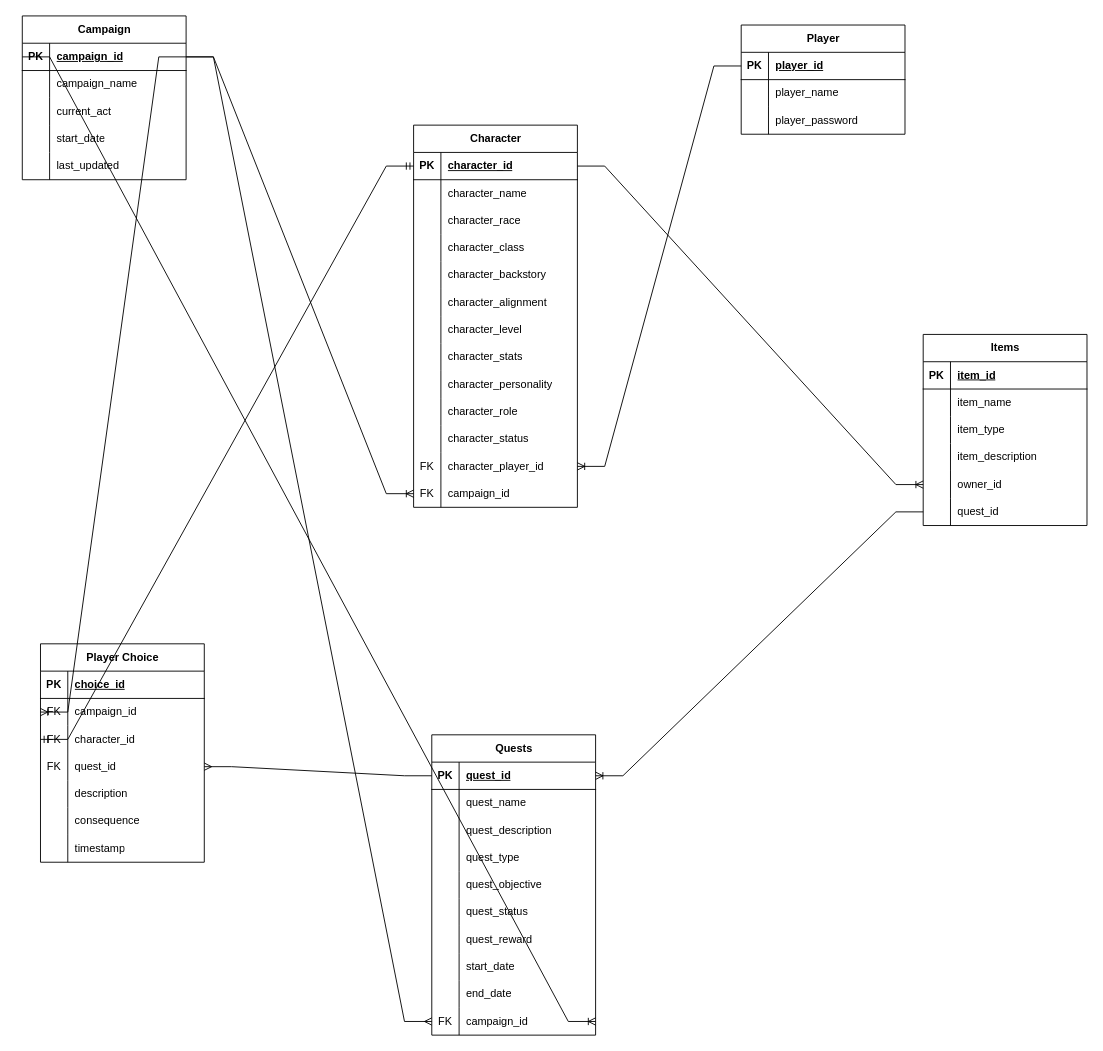
Earlier version of the draw.io diagram Diagrama sem nome.drawio (RickyBoyy/DnD). Source tidied: cells renumbered, new cells numbered last; positions are measured from the earlier drawing's top-left corner, leaving out a move shared by most shapes. Both pictures are drawn from the tidied source at 91%, with x=0, y=0 at pixel (22, 15).
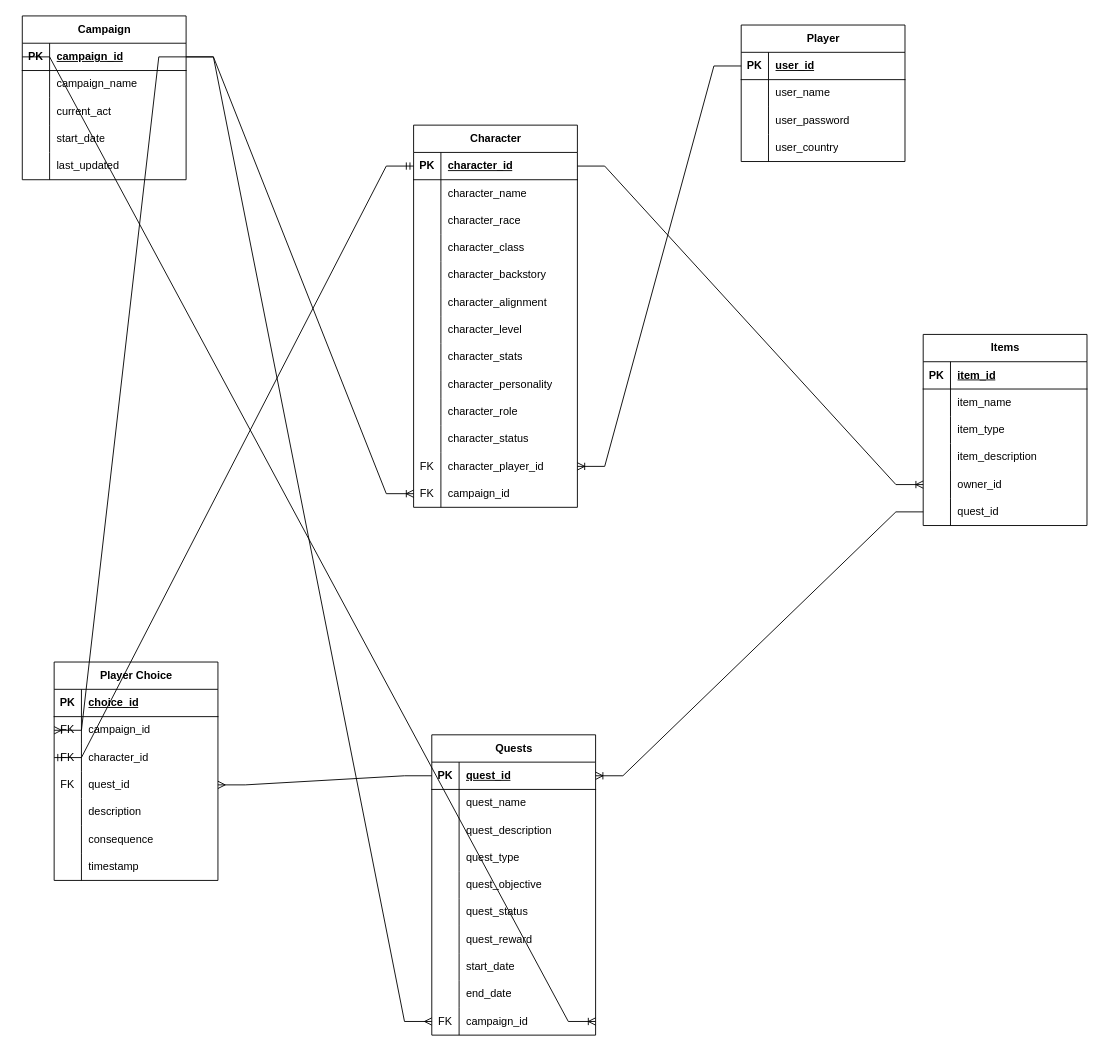
The same diagram, later.

The change refers to these unchanged cells:
```xml
<mxCell id="92" style="shape=tableRow;horizontal=0;startSize=0;swimlaneHead=0;swimlaneBody=0;fillColor=none;points=[[0,0.5],[1,0.5]];portConstraint=eastwest;top=0;left=0;right=0;bottom=1;" parent="91" vertex="1">
  <mxGeometry y="30" width="180" height="30" as="geometry" />
</mxCell>
<mxCell id="95" style="shape=tableRow;horizontal=0;startSize=0;swimlaneHead=0;swimlaneBody=0;fillColor=none;top=0;left=0;right=0;bottom=0;" parent="91" vertex="1">
  <mxGeometry y="60" width="180" height="30" as="geometry" />
</mxCell>
<mxCell id="98" style="shape=tableRow;horizontal=0;startSize=0;swimlaneHead=0;swimlaneBody=0;fillColor=none;top=0;left=0;right=0;bottom=0;" parent="91" vertex="1">
  <mxGeometry y="90" width="180" height="30" as="geometry" />
</mxCell>
```

What changed in the source:
```diff
@@
     <mxCell id="91" value="Player" style="shape=table;startSize=30;childLayout=tableLayout;rowLines=0;fontStyle=1;align=center;html=1;" parent="1" vertex="1">
-      <mxGeometry x="790" y="10" width="180" height="120" as="geometry" />
+      <mxGeometry x="790" y="10" width="180" height="150" as="geometry" />
     </mxCell>
@@
-    <mxCell id="94" value="player_id" style="shape=partialRectangle;fillColor=none;top=0;left=0;bottom=0;right=0;align=left;spacingLeft=6;fontStyle=5;overflow=hidden;whiteSpace=wrap;html=1;" parent="92" vertex="1">
+    <mxCell id="94" value="user_id" style="shape=partialRectangle;fillColor=none;top=0;left=0;bottom=0;right=0;align=left;spacingLeft=6;fontStyle=5;overflow=hidden;whiteSpace=wrap;html=1;" parent="92" vertex="1">
       <mxGeometry x="30" width="150" height="30" as="geometry" />
     </mxCell>
@@
-    <mxCell id="97" value="player_name" style="shape=partialRectangle;fillColor=none;top=0;left=0;bottom=0;right=0;align=left;spacingLeft=6;overflow=hidden;whiteSpace=wrap;html=1;" parent="95" vertex="1">
+    <mxCell id="97" value="user_name" style="shape=partialRectangle;fillColor=none;top=0;left=0;bottom=0;right=0;align=left;spacingLeft=6;overflow=hidden;whiteSpace=wrap;html=1;" parent="95" vertex="1">
       <mxGeometry x="30" width="150" height="30" as="geometry" />
     </mxCell>
@@
-    <mxCell id="100" value="player_password" style="shape=partialRectangle;fillColor=none;top=0;left=0;bottom=0;right=0;align=left;spacingLeft=6;overflow=hidden;whiteSpace=wrap;html=1;" parent="98" vertex="1">
+    <mxCell id="100" value="user_password" style="shape=partialRectangle;fillColor=none;top=0;left=0;bottom=0;right=0;align=left;spacingLeft=6;overflow=hidden;whiteSpace=wrap;html=1;" parent="98" vertex="1">
       <mxGeometry x="30" width="150" height="30" as="geometry" />
     </mxCell>
+    <mxCell id="149" style="shape=tableRow;horizontal=0;startSize=0;swimlaneHead=0;swimlaneBody=0;fillColor=none;top=0;left=0;right=0;bottom=0;" parent="91" vertex="1">
+      <mxGeometry y="120" width="180" height="30" as="geometry" />
+    </mxCell>
+    <mxCell id="150" style="shape=partialRectangle;fillColor=none;top=0;left=0;bottom=0;right=0;overflow=hidden;whiteSpace=wrap;html=1;" parent="149" vertex="1">
+      <mxGeometry width="30" height="30" as="geometry" />
+    </mxCell>
+    <mxCell id="151" value="user_country" style="shape=partialRectangle;fillColor=none;top=0;left=0;bottom=0;right=0;align=left;spacingLeft=6;overflow=hidden;whiteSpace=wrap;html=1;" parent="149" vertex="1">
+      <mxGeometry x="30" width="150" height="30" as="geometry" />
+    </mxCell>
@@
     <mxCell id="123" value="Player Choice" style="shape=table;startSize=30;childLayout=tableLayout;rowLines=0;fontStyle=1;align=center;html=1;" parent="1" vertex="1">
-      <mxGeometry x="20" y="690" width="180" height="240" as="geometry" />
+      <mxGeometry x="35" y="710" width="180" height="240" as="geometry" />
     </mxCell>
```
